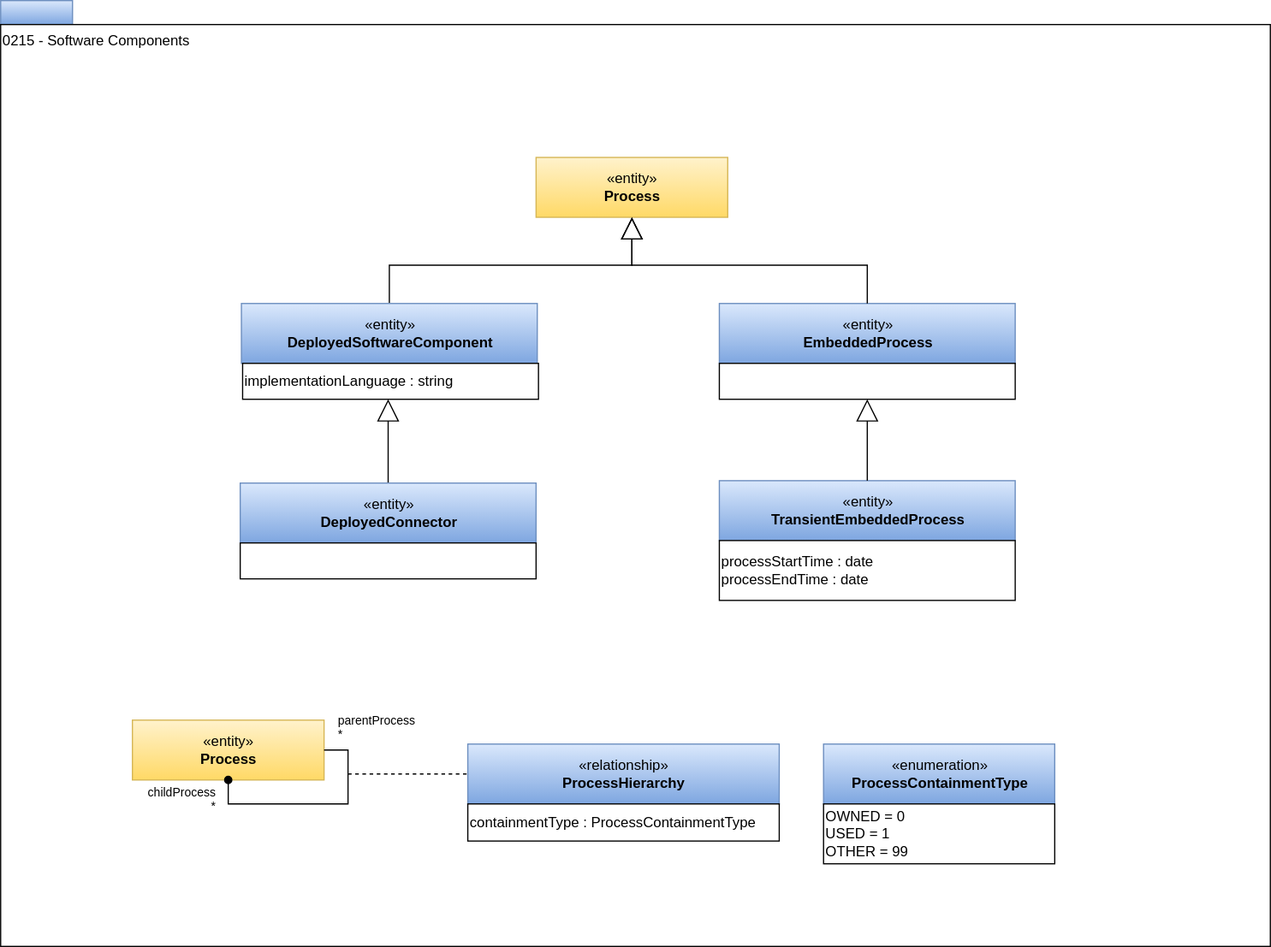
This is site/docs/types/2/0215-Software-Components.svg from odpi/egeria-docs, a draw.io export, as it was before one commit. Source tidied: cells renumbered, new cells last; positions are measured from the earlier drawing's top-left corner, leaving out a move shared by most shapes.
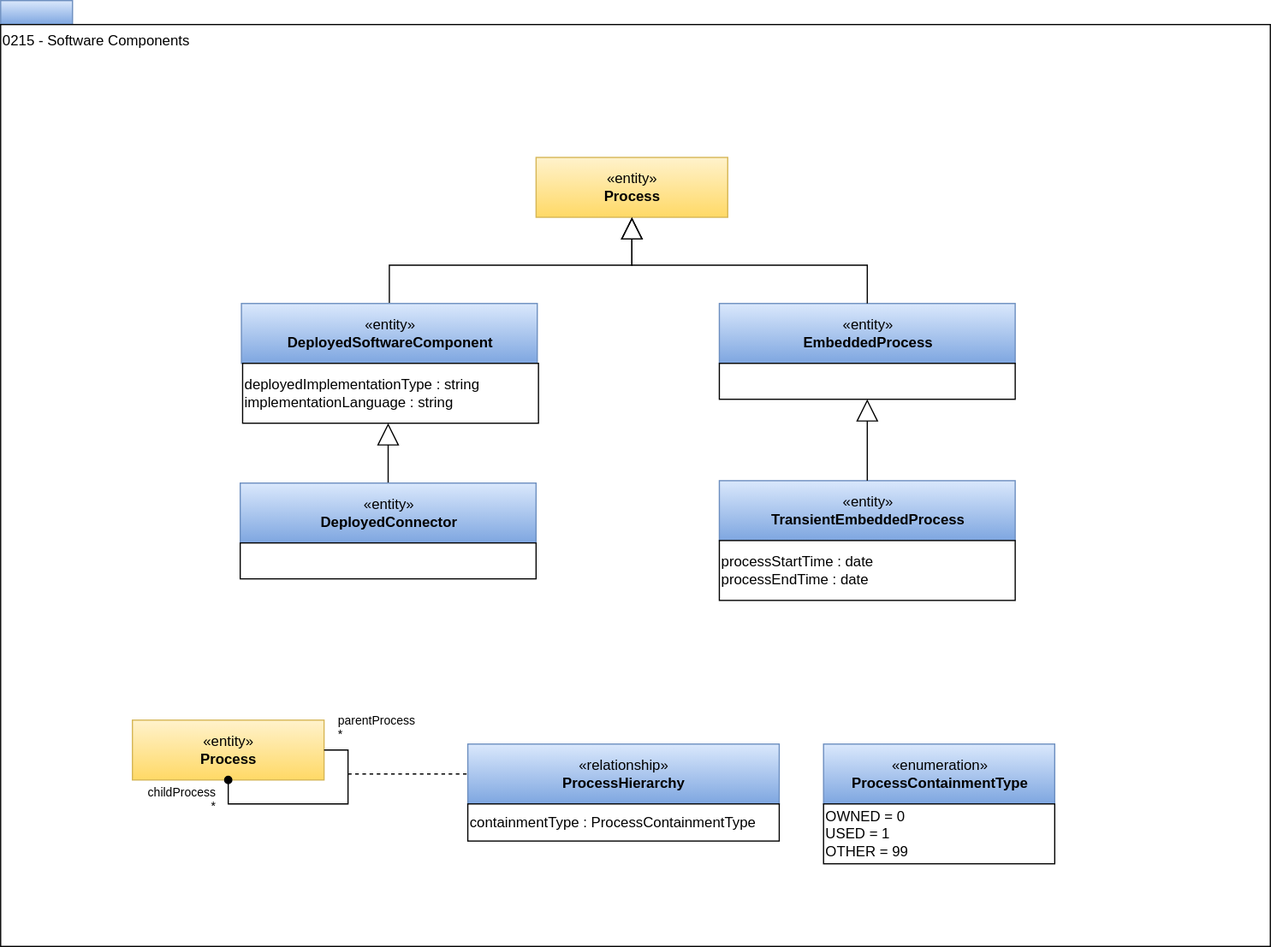
After the commit.

Diff of the diagram source:
```diff
@@ -20,13 +20,13 @@
       </mxGeometry>
     </mxCell>
     <mxCell id="6" style="group;" parent="1" vertex="1">
-      <mxGeometry x="201" y="253" width="247" height="80" as="geometry" />
+      <mxGeometry x="201" y="253" width="248" height="100" as="geometry" />
     </mxCell>
     <mxCell id="7" value="«entity»&lt;br&gt;&lt;b&gt;DeployedSoftwareComponent&lt;/b&gt;" style="html=1;strokeColor=#6c8ebf;align=center;fillColor=#dae8fc;gradientColor=#7ea6e0;" parent="6" vertex="1">
       <mxGeometry width="247" height="50" as="geometry" />
     </mxCell>
-    <mxCell id="8" value="implementationLanguage : string" style="rounded=0;whiteSpace=wrap;html=1;strokeColor=#000000;gradientColor=#ffffff;align=left;" parent="6" vertex="1">
-      <mxGeometry x="1" y="50" width="247" height="30" as="geometry" />
+    <mxCell id="8" value="deployedImplementationType : string&lt;br&gt;implementationLanguage : string" style="rounded=0;whiteSpace=wrap;html=1;strokeColor=#000000;gradientColor=#ffffff;align=left;" parent="6" vertex="1">
+      <mxGeometry x="1" y="50" width="247" height="50" as="geometry" />
     </mxCell>
     <mxCell id="9" style="edgeStyle=orthogonalEdgeStyle;rounded=0;jettySize=auto;html=1;exitX=0.5;exitY=0;exitDx=0;exitDy=0;endArrow=block;endFill=0;endSize=16;" parent="1" edge="1" source="11" target="8">
       <mxGeometry x="-57" y="-1" as="geometry">
```
